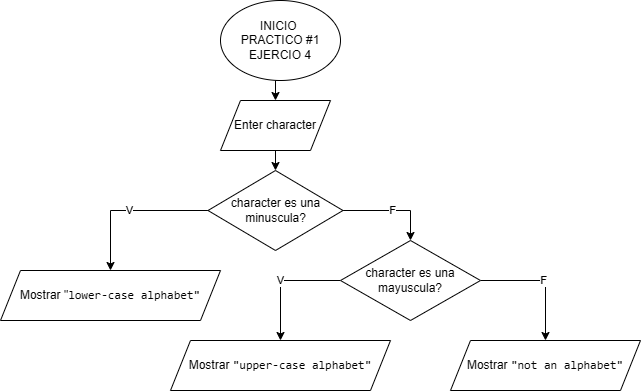
Above: Pract1 Eje5.drawio.png in D4ri4na/DiagramasDeFlujo (draw.io), before the change. Source tidied: cells renumbered, new cells last; positions are measured from the earlier drawing's top-left corner, leaving out a move shared by most shapes.
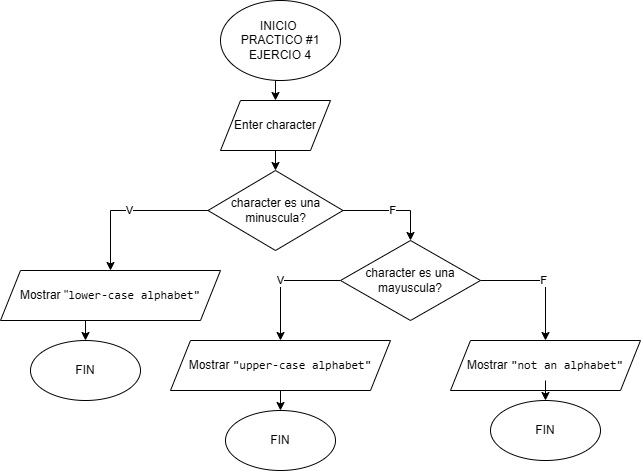
The same file after the commit.

What changed in the source:
```diff
@@ -43,5 +43,29 @@
     <mxCell id="14" value="&lt;font style=&quot;font-size: 12px;&quot;&gt;Mostrar&amp;nbsp;&lt;span style=&quot;background-color: rgb(255, 255, 255); font-family: Consolas, &amp;quot;Courier New&amp;quot;, monospace; white-space: pre;&quot;&gt;&quot;not an alphabet&quot;&lt;/span&gt;&lt;/font&gt;" style="shape=parallelogram;perimeter=parallelogramPerimeter;whiteSpace=wrap;html=1;fixedSize=1;" parent="1" vertex="1">
       <mxGeometry x="450" y="340" width="190" height="50" as="geometry" />
     </mxCell>
+    <mxCell id="15" style="edgeStyle=orthogonalEdgeStyle;rounded=0;jettySize=auto;html=1;exitX=0.25;exitY=1;exitDx=0;exitDy=0;entryX=0.5;entryY=0;entryDx=0;entryDy=0;" parent="1" edge="1" target="16">
+      <mxGeometry relative="1" as="geometry">
+        <mxPoint x="85" y="320" as="sourcePoint" />
+      </mxGeometry>
+    </mxCell>
+    <mxCell id="16" value="FIN" style="ellipse;whiteSpace=wrap;html=1;" parent="1" vertex="1">
+      <mxGeometry x="30" y="340" width="110" height="60" as="geometry" />
+    </mxCell>
+    <mxCell id="17" style="edgeStyle=orthogonalEdgeStyle;rounded=0;jettySize=auto;html=1;exitX=0.25;exitY=1;exitDx=0;exitDy=0;entryX=0.5;entryY=0;entryDx=0;entryDy=0;" parent="1" edge="1" target="18">
+      <mxGeometry relative="1" as="geometry">
+        <mxPoint x="280" y="390" as="sourcePoint" />
+      </mxGeometry>
+    </mxCell>
+    <mxCell id="18" value="FIN" style="ellipse;whiteSpace=wrap;html=1;" parent="1" vertex="1">
+      <mxGeometry x="225" y="410" width="110" height="60" as="geometry" />
+    </mxCell>
+    <mxCell id="19" style="edgeStyle=orthogonalEdgeStyle;rounded=0;jettySize=auto;html=1;exitX=0.25;exitY=1;exitDx=0;exitDy=0;entryX=0.5;entryY=0;entryDx=0;entryDy=0;" parent="1" edge="1" target="20">
+      <mxGeometry relative="1" as="geometry">
+        <mxPoint x="545" y="380" as="sourcePoint" />
+      </mxGeometry>
+    </mxCell>
+    <mxCell id="20" value="FIN" style="ellipse;whiteSpace=wrap;html=1;" parent="1" vertex="1">
+      <mxGeometry x="490" y="400" width="110" height="60" as="geometry" />
+    </mxCell>
   </root>
 </mxGraphModel>
```
